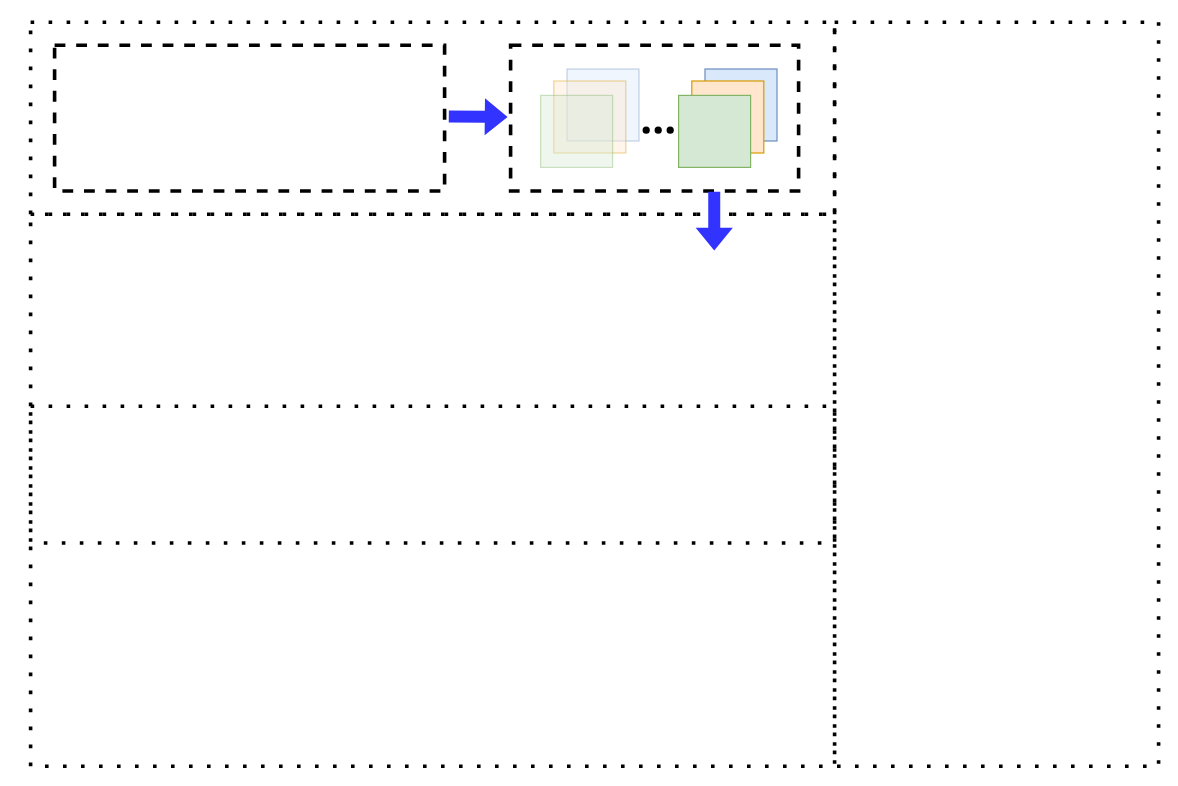
The draw.io diagram page "第 10 页" (10 of 10) of spd.drawio in balllightnings/draw, before the edit. Source tidied: cells renumbered, new cells numbered last; positions are measured from the earlier drawing's top-left corner, leaving out a move shared by most shapes. Both pictures are drawn from the tidied source at 120%, with x=0, y=0 at pixel (30, 22).
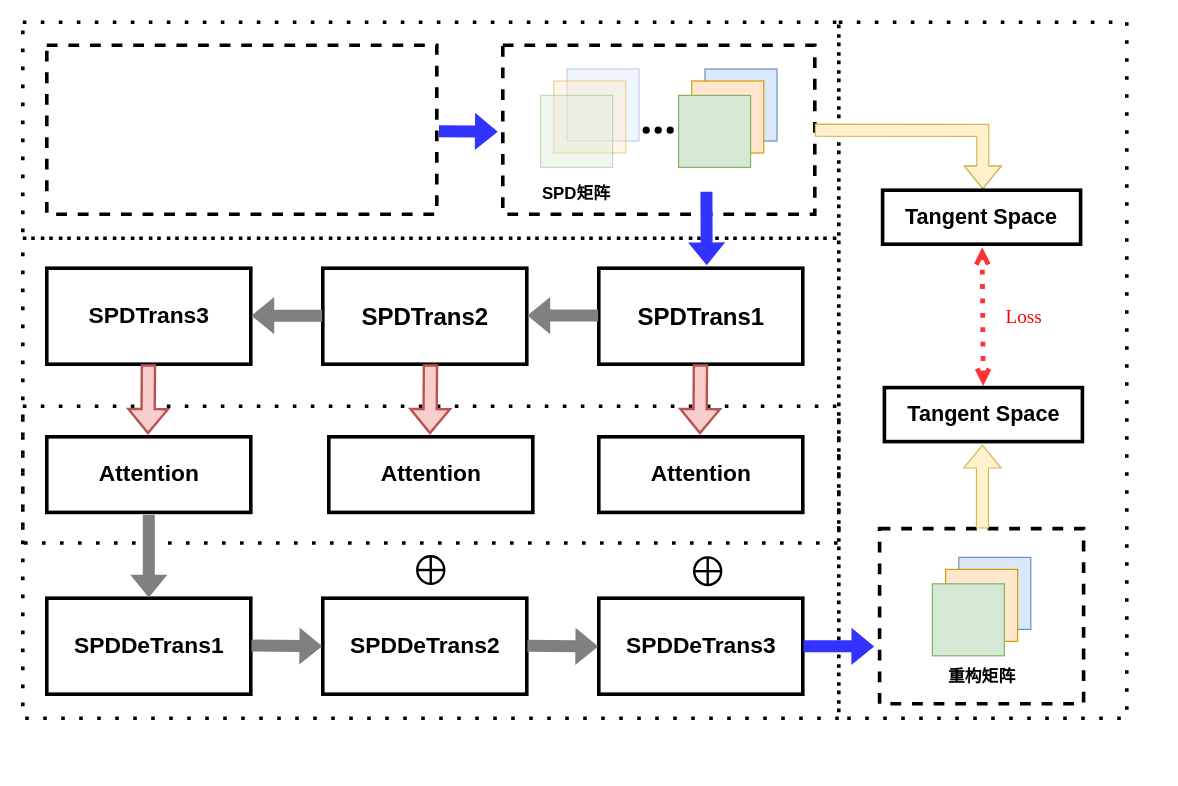
Above is the later version.

The edit, as a diff of the source:
```diff
@@
     <mxCell id="2" style="rounded=0;whiteSpace=wrap;html=1;fillStyle=auto;strokeColor=#000000;fillColor=none;gradientColor=default;dashed=1;strokeWidth=3;dashPattern=1 4;" parent="1" vertex="1">
-      <mxGeometry width="670" height="160" as="geometry" />
+      <mxGeometry x="-6.5" width="680" height="180" as="geometry" />
     </mxCell>
     <mxCell id="3" style="rounded=0;whiteSpace=wrap;html=1;fillStyle=auto;strokeColor=#000000;fillColor=none;gradientColor=default;dashed=1;strokeWidth=3;dashPattern=1 4;" parent="1" vertex="1">
-      <mxGeometry y="160" width="670" height="460" as="geometry" />
+      <mxGeometry x="-6.5" y="180" width="680" height="400" as="geometry" />
     </mxCell>
     <mxCell id="4" style="rounded=0;whiteSpace=wrap;html=1;fillStyle=auto;strokeColor=#000000;fillColor=none;gradientColor=default;dashed=1;strokeWidth=3;dashPattern=1 4;" parent="1" vertex="1">
-      <mxGeometry y="320" width="670" height="114" as="geometry" />
+      <mxGeometry x="-6.5" y="320" width="680" height="114" as="geometry" />
     </mxCell>
     <mxCell id="5" style="rounded=0;whiteSpace=wrap;html=1;fillStyle=auto;strokeColor=#000000;fillColor=none;gradientColor=default;dashed=1;strokeWidth=3;dashPattern=1 4;" parent="1" vertex="1">
-      <mxGeometry x="670" width="270" height="620" as="geometry" />
+      <mxGeometry x="673.5" width="240" height="580" as="geometry" />
     </mxCell>
     <mxCell id="6" style="rounded=0;whiteSpace=wrap;html=1;fillStyle=auto;strokeColor=#000000;fillColor=none;gradientColor=default;dashed=1;strokeWidth=3;" parent="1" vertex="1">
-      <mxGeometry x="400" y="19.2" width="240" height="121.5" as="geometry" />
+      <mxGeometry x="393.5" y="19.2" width="260" height="140.8" as="geometry" />
     </mxCell>
@@
     <mxCell id="13" style="rounded=0;whiteSpace=wrap;html=1;fillStyle=auto;strokeColor=#000000;fillColor=none;gradientColor=default;dashed=1;strokeWidth=3;" parent="1" vertex="1">
-      <mxGeometry x="20" y="19.2" width="325" height="121.5" as="geometry" />
+      <mxGeometry x="13.5" y="19.2" width="325" height="140.8" as="geometry" />
     </mxCell>
     <mxCell id="14" style="shape=flexArrow;endArrow=classic;html=1;rounded=0;fillColor=#3333FF;strokeColor=none;endSize=6;startSize=6;" parent="1" edge="1">
       <mxGeometry relative="1" as="geometry">
-        <mxPoint x="348" y="78.5" as="sourcePoint" />
-        <mxPoint x="398" y="79" as="targetPoint" />
+        <mxPoint x="339.8" y="90.8" as="sourcePoint" />
+        <mxPoint x="389.8" y="91.2" as="targetPoint" />
       </mxGeometry>
     </mxCell>
@@
-    <mxCell id="19" style="shape=flexArrow;endArrow=classic;html=1;rounded=0;fillColor=#3333FF;strokeColor=none;endSize=6;startSize=6;" parent="1" edge="1">
+    <mxCell id="19" style="shape=flexArrow;endArrow=classic;html=1;rounded=0;fillColor=#3333FF;strokeColor=none;endSize=6;startSize=6;entryX=0.529;entryY=-0.025;entryDx=0;entryDy=0;entryPerimeter=0;" parent="1" edge="1" target="20">
       <mxGeometry relative="1" as="geometry">
-        <mxPoint x="569.7" y="140.8" as="sourcePoint" />
-        <mxPoint x="569.7" y="190.8" as="targetPoint" />
+        <mxPoint x="563.2" y="140.8" as="sourcePoint" />
       </mxGeometry>
     </mxCell>
+    <mxCell id="20" value="&lt;b&gt;&lt;font style=&quot;font-size: 20px;&quot;&gt;SPDTrans1&lt;/font&gt;&lt;/b&gt;" style="rounded=0;whiteSpace=wrap;html=1;strokeWidth=3;fillColor=none;" parent="1" vertex="1">
+      <mxGeometry x="473.5" y="205" width="170" height="80" as="geometry" />
+    </mxCell>
+    <mxCell id="21" value="&lt;font style=&quot;font-size: 19px;&quot;&gt;&lt;b&gt;&lt;font style=&quot;font-size: 19px;&quot;&gt;SPDTrans3&lt;/font&gt;&lt;/b&gt;&lt;/font&gt;" style="rounded=0;whiteSpace=wrap;html=1;strokeWidth=3;fillColor=none;" parent="1" vertex="1">
+      <mxGeometry x="13.5" y="205" width="170" height="80" as="geometry" />
+    </mxCell>
+    <mxCell id="22" value="&lt;b&gt;&lt;font style=&quot;font-size: 20px;&quot;&gt;SPDTrans2&lt;/font&gt;&lt;/b&gt;" style="rounded=0;whiteSpace=wrap;html=1;strokeWidth=3;fillColor=none;" parent="1" vertex="1">
+      <mxGeometry x="243.5" y="205" width="170" height="80" as="geometry" />
+    </mxCell>
+    <mxCell id="23" style="shape=flexArrow;endArrow=classic;html=1;rounded=0;fillColor=#808080;strokeColor=none;" parent="1" edge="1">
+      <mxGeometry relative="1" as="geometry">
+        <mxPoint x="473.5" y="244.5" as="sourcePoint" />
+        <mxPoint x="413.5" y="244.5" as="targetPoint" />
+      </mxGeometry>
+    </mxCell>
+    <mxCell id="24" style="shape=flexArrow;endArrow=classic;html=1;rounded=0;fillColor=#808080;strokeColor=none;" parent="1" edge="1">
+      <mxGeometry relative="1" as="geometry">
+        <mxPoint x="243.5" y="244.6" as="sourcePoint" />
+        <mxPoint x="183.5" y="244.6" as="targetPoint" />
+      </mxGeometry>
+    </mxCell>
+    <mxCell id="25" value="&lt;b&gt;&lt;font style=&quot;font-size: 19px;&quot;&gt;Attention&lt;/font&gt;&lt;/b&gt;" style="rounded=0;whiteSpace=wrap;html=1;strokeWidth=3;fillColor=none;" parent="1" vertex="1">
+      <mxGeometry x="13.5" y="345.5" width="170" height="63" as="geometry" />
+    </mxCell>
+    <mxCell id="26" value="&lt;font style=&quot;font-size: 19px;&quot;&gt;&lt;b&gt;&lt;font style=&quot;font-size: 19px;&quot;&gt;SPDDeTrans1&lt;/font&gt;&lt;/b&gt;&lt;/font&gt;" style="rounded=0;whiteSpace=wrap;html=1;strokeWidth=3;fillColor=none;" parent="1" vertex="1">
+      <mxGeometry x="13.5" y="480" width="170" height="80" as="geometry" />
+    </mxCell>
+    <mxCell id="27" style="shape=flexArrow;endArrow=classic;html=1;rounded=0;fillColor=#808080;strokeColor=none;" parent="1" edge="1">
+      <mxGeometry relative="1" as="geometry">
+        <mxPoint x="98.5" y="410" as="sourcePoint" />
+        <mxPoint x="98.5" y="480" as="targetPoint" />
+      </mxGeometry>
+    </mxCell>
+    <mxCell id="28" style="shape=flexArrow;endArrow=classic;html=1;rounded=0;strokeWidth=2;fontFamily=Times New Roman;fontSize=20;fillColor=#f8cecc;strokeColor=#b85450;entryX=0.496;entryY=-0.033;entryDx=0;entryDy=0;entryPerimeter=0;" parent="1" edge="1" target="25">
+      <mxGeometry relative="1" as="geometry">
+        <mxPoint x="98.2" y="285" as="sourcePoint" />
+      </mxGeometry>
+    </mxCell>
+    <mxCell id="29" value="&lt;font style=&quot;font-size: 19px;&quot;&gt;&lt;b&gt;&lt;font style=&quot;font-size: 19px;&quot;&gt;SPDDeTrans2&lt;/font&gt;&lt;/b&gt;&lt;/font&gt;" style="rounded=0;whiteSpace=wrap;html=1;strokeWidth=3;fillColor=none;" parent="1" vertex="1">
+      <mxGeometry x="243.5" y="480" width="170" height="80" as="geometry" />
+    </mxCell>
+    <mxCell id="30" value="&lt;font style=&quot;font-size: 19px;&quot;&gt;&lt;b&gt;&lt;font style=&quot;font-size: 19px;&quot;&gt;SPDDeTrans3&lt;/font&gt;&lt;/b&gt;&lt;/font&gt;" style="rounded=0;whiteSpace=wrap;html=1;strokeWidth=3;fillColor=none;" parent="1" vertex="1">
+      <mxGeometry x="473.5" y="480" width="170" height="80" as="geometry" />
+    </mxCell>
+    <mxCell id="31" value="&lt;b&gt;&lt;font style=&quot;font-size: 19px;&quot;&gt;Attention&lt;/font&gt;&lt;/b&gt;" style="rounded=0;whiteSpace=wrap;html=1;strokeWidth=3;fillColor=none;" parent="1" vertex="1">
+      <mxGeometry x="248.5" y="345.5" width="170" height="63" as="geometry" />
+    </mxCell>
+    <mxCell id="32" style="shape=flexArrow;endArrow=classic;html=1;rounded=0;strokeWidth=2;fontFamily=Times New Roman;fontSize=20;fillColor=#f8cecc;strokeColor=#b85450;entryX=0.496;entryY=-0.033;entryDx=0;entryDy=0;entryPerimeter=0;" parent="1" edge="1" target="31">
+      <mxGeometry relative="1" as="geometry">
+        <mxPoint x="333.2" y="285" as="sourcePoint" />
+      </mxGeometry>
+    </mxCell>
+    <mxCell id="33" value="&lt;b&gt;&lt;font style=&quot;font-size: 19px;&quot;&gt;Attention&lt;/font&gt;&lt;/b&gt;" style="rounded=0;whiteSpace=wrap;html=1;strokeWidth=3;fillColor=none;" parent="1" vertex="1">
+      <mxGeometry x="473.5" y="345.5" width="170" height="63" as="geometry" />
+    </mxCell>
+    <mxCell id="34" style="shape=flexArrow;endArrow=classic;html=1;rounded=0;strokeWidth=2;fontFamily=Times New Roman;fontSize=20;fillColor=#f8cecc;strokeColor=#b85450;entryX=0.496;entryY=-0.033;entryDx=0;entryDy=0;entryPerimeter=0;" parent="1" edge="1" target="33">
+      <mxGeometry relative="1" as="geometry">
+        <mxPoint x="558.2" y="285" as="sourcePoint" />
+      </mxGeometry>
+    </mxCell>
+    <mxCell id="35" style="shape=orEllipse;perimeter=ellipsePerimeter;whiteSpace=wrap;html=1;backgroundOutline=1;fillStyle=auto;fontSize=1;fontColor=#CCFFFF;strokeColor=default;strokeWidth=2;fillColor=#FFFFFF;gradientColor=none;" parent="1" vertex="1">
+      <mxGeometry x="553" y="446" width="22.5" height="23" as="geometry" />
+    </mxCell>
+    <mxCell id="36" style="shape=orEllipse;perimeter=ellipsePerimeter;whiteSpace=wrap;html=1;backgroundOutline=1;fillStyle=auto;fontSize=1;fontColor=#CCFFFF;strokeColor=default;strokeWidth=2;fillColor=#FFFFFF;gradientColor=none;" parent="1" vertex="1">
+      <mxGeometry x="322.2" y="445" width="22.5" height="23" as="geometry" />
+    </mxCell>
+    <mxCell id="37" style="shape=flexArrow;endArrow=classic;html=1;rounded=0;fillColor=#808080;strokeColor=none;entryX=0;entryY=0.5;entryDx=0;entryDy=0;" parent="1" edge="1" target="29">
+      <mxGeometry relative="1" as="geometry">
+        <mxPoint x="183.5" y="519.5" as="sourcePoint" />
+      </mxGeometry>
+    </mxCell>
+    <mxCell id="38" style="shape=flexArrow;endArrow=classic;html=1;rounded=0;fillColor=#808080;strokeColor=none;entryX=0;entryY=0.5;entryDx=0;entryDy=0;" parent="1" edge="1">
+      <mxGeometry relative="1" as="geometry">
+        <mxPoint x="413.5" y="519.7" as="sourcePoint" />
+        <mxPoint x="473.5" y="520.3" as="targetPoint" />
+      </mxGeometry>
+    </mxCell>
+    <mxCell id="39" value="&lt;font style=&quot;font-size: 14px;&quot;&gt;&lt;b&gt;SPD矩阵&lt;/b&gt;&lt;/font&gt;" style="text;html=1;strokeColor=none;fillColor=none;align=center;verticalAlign=middle;whiteSpace=wrap;rounded=0;" parent="1" vertex="1">
+      <mxGeometry x="425" y="128" width="60" height="30" as="geometry" />
+    </mxCell>
+    <mxCell id="40" style="shape=flexArrow;endArrow=classic;html=1;rounded=0;fillColor=#3333FF;strokeColor=none;endSize=6;startSize=6;exitX=1;exitY=0.5;exitDx=0;exitDy=0;" parent="1" edge="1" source="30">
+      <mxGeometry relative="1" as="geometry">
+        <mxPoint x="703.5" y="520.2" as="targetPoint" />
+      </mxGeometry>
+    </mxCell>
+    <mxCell id="41" style="rounded=0;whiteSpace=wrap;html=1;fillStyle=auto;strokeColor=#000000;fillColor=none;gradientColor=default;dashed=1;strokeWidth=3;" parent="1" vertex="1">
+      <mxGeometry x="707.5" y="422" width="170" height="146" as="geometry" />
+    </mxCell>
+    <mxCell id="42" style="whiteSpace=wrap;html=1;strokeColor=#6c8ebf;fontFamily=Times New Roman;fontSize=8.5;fillColor=#dae8fc;" parent="1" vertex="1">
+      <mxGeometry x="773.5" y="446" width="60" height="60" as="geometry" />
+    </mxCell>
+    <mxCell id="43" style="whiteSpace=wrap;html=1;strokeColor=#d79b00;fontFamily=Times New Roman;fontSize=8.5;fillColor=#ffe6cc;" parent="1" vertex="1">
+      <mxGeometry x="762.5" y="456" width="60" height="60" as="geometry" />
+    </mxCell>
+    <mxCell id="44" style="whiteSpace=wrap;html=1;strokeColor=#82b366;fontFamily=Times New Roman;fontSize=8.5;fillColor=#d5e8d4;" parent="1" vertex="1">
+      <mxGeometry x="751.5" y="468" width="60" height="60" as="geometry" />
+    </mxCell>
+    <mxCell id="45" value="&lt;font style=&quot;font-size: 14px;&quot;&gt;&lt;b&gt;重构矩阵&lt;/b&gt;&lt;/font&gt;" style="text;html=1;strokeColor=none;fillColor=none;align=center;verticalAlign=middle;whiteSpace=wrap;rounded=0;" parent="1" vertex="1">
+      <mxGeometry x="762.5" y="530" width="60" height="30" as="geometry" />
+    </mxCell>
+    <mxCell id="46" style="shape=flexArrow;endArrow=classic;html=1;rounded=0;fillColor=#fff2cc;strokeColor=#d6b656;endSize=6;startSize=6;" parent="1" edge="1">
+      <mxGeometry relative="1" as="geometry">
+        <mxPoint x="653.5" y="90" as="sourcePoint" />
+        <mxPoint x="793.5" y="139.2" as="targetPoint" />
+        <Array as="points">
+          <mxPoint x="793.5" y="90.2" />
+        </Array>
+      </mxGeometry>
+    </mxCell>
+    <mxCell id="47" style="shape=flexArrow;endArrow=classic;html=1;rounded=0;fillColor=#fff2cc;strokeColor=#d6b656;endSize=6;startSize=6;" parent="1" edge="1">
+      <mxGeometry relative="1" as="geometry">
+        <mxPoint x="793.2" y="422" as="sourcePoint" />
+        <mxPoint x="793.2" y="352" as="targetPoint" />
+      </mxGeometry>
+    </mxCell>
+    <mxCell id="48" value="&lt;font style=&quot;font-size: 18px;&quot;&gt;&lt;b&gt;Tangent Space&lt;br&gt;&lt;/b&gt;&lt;/font&gt;" style="rounded=0;whiteSpace=wrap;html=1;strokeWidth=3;fillColor=none;" parent="1" vertex="1">
+      <mxGeometry x="711.5" y="304.5" width="165" height="45" as="geometry" />
+    </mxCell>
+    <mxCell id="49" value="&lt;font style=&quot;font-size: 18px;&quot;&gt;&lt;b&gt;Tangent Space&lt;br&gt;&lt;/b&gt;&lt;/font&gt;" style="rounded=0;whiteSpace=wrap;html=1;strokeWidth=3;fillColor=none;" parent="1" vertex="1">
+      <mxGeometry x="710" y="140" width="165" height="45" as="geometry" />
+    </mxCell>
+    <mxCell id="50" style="endArrow=open;startArrow=open;html=1;rounded=0;strokeWidth=4;fontFamily=Times New Roman;fontSize=12;fontColor=#6C8EBF;dashed=1;dashPattern=1 2;strokeColor=#FF3333;startFill=0;endFill=0;entryX=0.503;entryY=1.055;entryDx=0;entryDy=0;entryPerimeter=0;exitX=0.499;exitY=-0.029;exitDx=0;exitDy=0;exitPerimeter=0;" parent="1" edge="1" source="48" target="49">
+      <mxGeometry relative="1" as="geometry" />
+    </mxCell>
+    <mxCell id="51" value="&lt;font style=&quot;font-size: 16px;&quot; color=&quot;#ff0000&quot;&gt;Loss&lt;/font&gt;" style="text;html=1;strokeColor=none;fillColor=none;align=center;verticalAlign=middle;whiteSpace=wrap;rounded=0;fontSize=8.5;fontFamily=Times New Roman;" parent="1" vertex="1">
+      <mxGeometry x="802.5" y="228.8" width="50" height="32.5" as="geometry" />
+    </mxCell>
```
